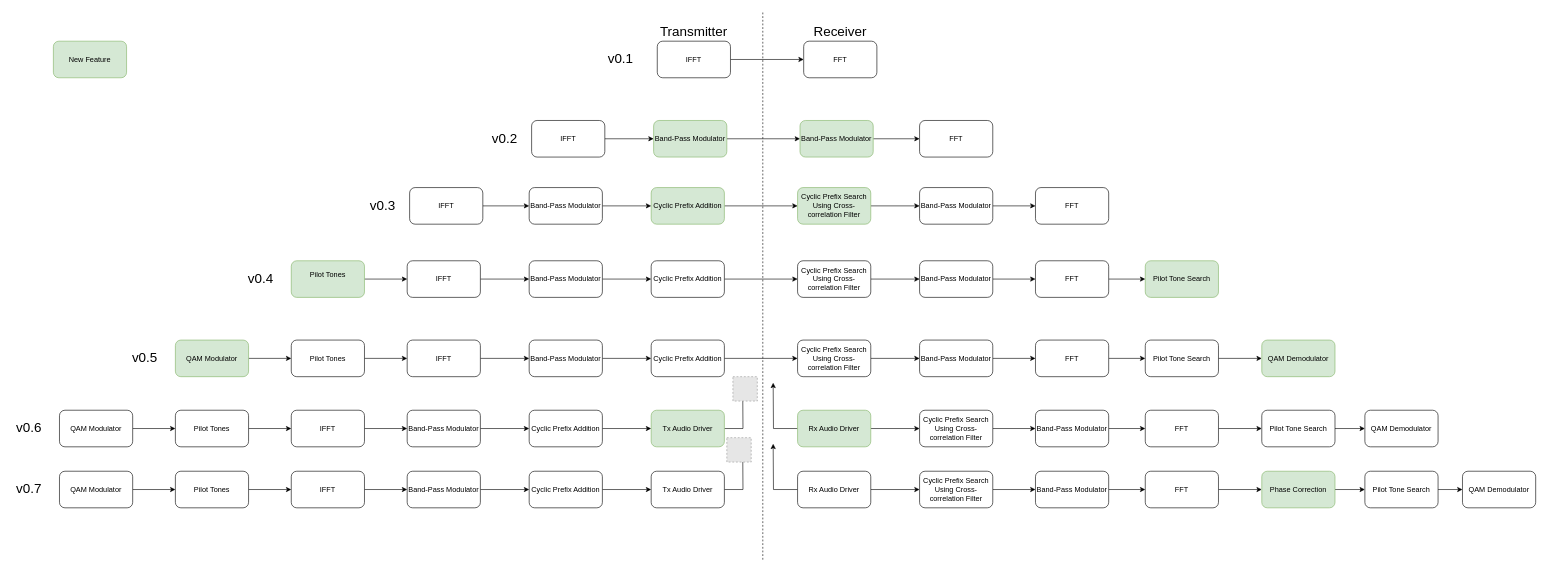
Before: docs/diagrams/roadmap/Roadmap.drawio in berndporr/ofdmlib, a draw.io diagram. Source tidied: cells renumbered, new cells numbered last; positions are measured from the earlier drawing's top-left corner, leaving out a move shared by most shapes. Both pictures are drawn from the tidied source at 61%, with x=0, y=0 at pixel (16, 10). Pictures stored in the file or linked from it are replaced by grey dashed boxes.
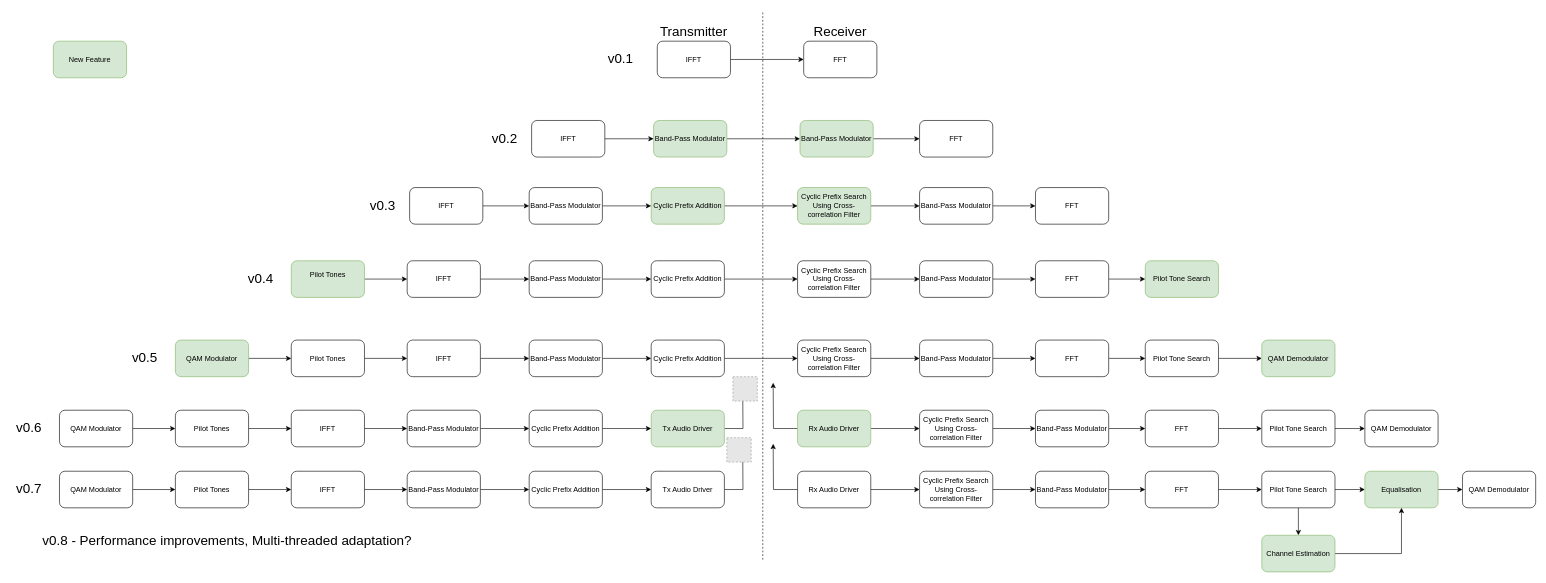
After the change.

Commit message (it also covers changes not shown here):
Codec & FFT Object  Improvements

Diff of the diagram source:
```diff
@@
+    <mxCell id="120" style="edgeStyle=orthogonalEdgeStyle;rounded=0;jettySize=auto;html=1;exitX=0.5;exitY=1;exitDx=0;exitDy=0;entryX=0.5;entryY=0;entryDx=0;entryDy=0;" parent="1" edge="1" source="82" target="122">
+      <mxGeometry relative="1" as="geometry" />
+    </mxCell>
-    <mxCell id="82" value="Phase Correction" style="rounded=1;whiteSpace=wrap;html=1;fillColor=#d5e8d4;strokeColor=#82b366;" parent="1" vertex="1">
+    <mxCell id="82" value="Pilot Tone Search" style="rounded=1;whiteSpace=wrap;html=1;" parent="1" vertex="1">
       <mxGeometry x="2041" y="755" width="120" height="60" as="geometry" />
     </mxCell>
@@
-    <mxCell id="90" value="Pilot Tone Search" style="rounded=1;whiteSpace=wrap;html=1;" parent="1" vertex="1">
+    <mxCell id="90" value="Equalisation" style="rounded=1;whiteSpace=wrap;html=1;fillColor=#d5e8d4;strokeColor=#82b366;" parent="1" vertex="1">
       <mxGeometry x="2210" y="755" width="120" height="60" as="geometry" />
     </mxCell>
@@
+    <mxCell id="121" style="edgeStyle=orthogonalEdgeStyle;rounded=0;jettySize=auto;html=1;exitX=1;exitY=0.5;exitDx=0;exitDy=0;entryX=0.5;entryY=1;entryDx=0;entryDy=0;" parent="1" edge="1" source="122" target="90">
+      <mxGeometry relative="1" as="geometry" />
+    </mxCell>
+    <mxCell id="122" value="Channel Estimation" style="rounded=1;whiteSpace=wrap;html=1;fillColor=#d5e8d4;strokeColor=#82b366;" parent="1" vertex="1">
+      <mxGeometry x="2041" y="860" width="120" height="60" as="geometry" />
+    </mxCell>
+    <mxCell id="123" value="v0.8 - Performance improvements, Multi-threaded adaptation?" style="text;html=1;strokeColor=none;fillColor=none;align=center;verticalAlign=middle;whiteSpace=wrap;rounded=0;strokeWidth=1;fontSize=22;" parent="1" vertex="1">
+      <mxGeometry x="-10" y="850" width="710" height="40" as="geometry" />
+    </mxCell>
```
